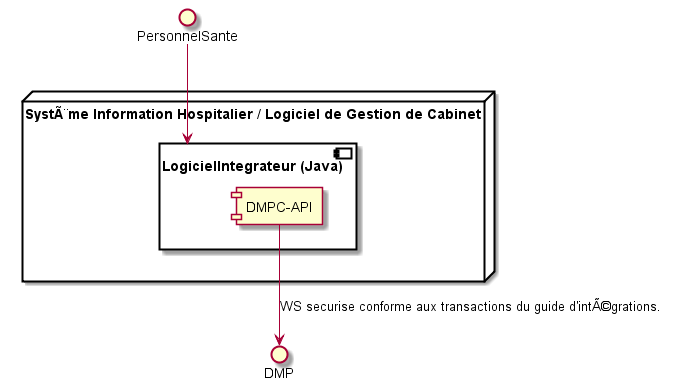
Above: plantuml/embeddedArchi.png in DEVCOOP/dmpc (PlantUML), before the change. The source it was exported from:
```plantuml
@startuml
node "Système Information Hospitalier / Logiciel de Gestion de Cabinet" {
    component "LogicielIntegrateur (Java)" as LogicielSante  {
        component "DMPC-API" as DMPC_API
    }
 }
PersonnelSante -r-> LogicielSante
DMPC_API -r-> DMP : WS securise conforme aux transactions du guide d'intégrations.
@enduml
```
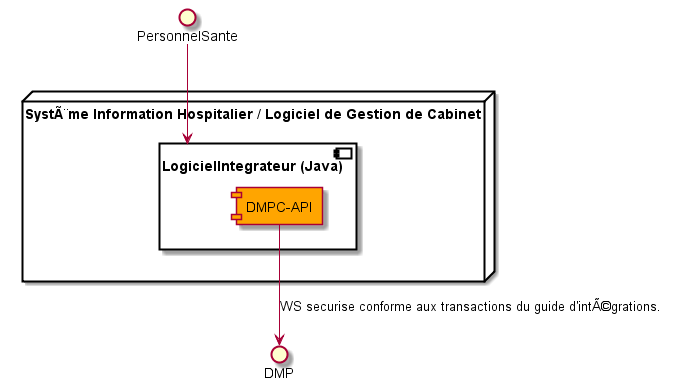
After the change.

What changed in the source:
```diff
@@ -1,7 +1,7 @@
 @startuml
 node "Système Information Hospitalier / Logiciel de Gestion de Cabinet" {
     component "LogicielIntegrateur (Java)" as LogicielSante  {
-        component "DMPC-API" as DMPC_API
+        component "DMPC-API" as DMPC_API #orange
     }
  }
 PersonnelSante -r-> LogicielSante
```
